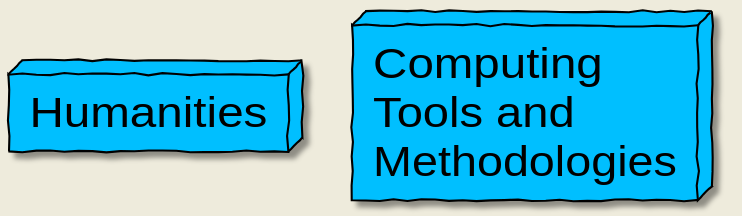
Above: hum-cs-interface-test.svg in DigitalHistory/dhu235 (PlantUML), before the change. The source it was exported from:
```plantuml
@startuml
skinparam ArrowColor red
skinparam backgroundColor #EEEBDC
skinparam handwritten true
skinparam defaultFontSize 30
skinparam sequenceArrowThickness 20
skinparam defaultArrowThickness 20


skinparam sequence {
ArrowColor Magenta
ActorBorderColor DeepSkyBlue
LifeLineBorderColor blue
LifeLineBackgroundColor #A9DCDF
ParticipantBorderColor DeepSkyBlue
ParticipantBackgroundColor DodgerBlue
ParticipantFontName Impact
ParticipantFontSize 25
ParticipantFontColor #A9DCDF
ActorBackgroundColor aqua
ActorFontColor DeepSkyBlue
ActorFontSize 17
ActorFontName Aapex
}


node "Humanities" as H #DeepSkyBlue
node "Computing\n Tools and\n Methodologies" as N #DeepSkyBlue


@enduml
```
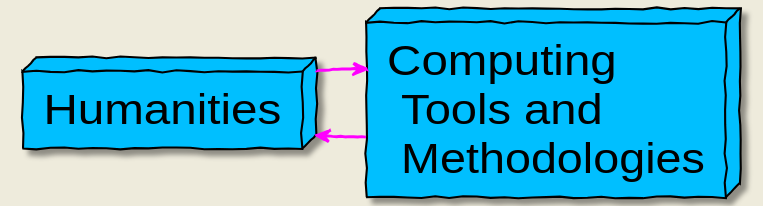
The same file after the commit.

Change to the diagram source:
```diff
@@ -27,5 +27,7 @@
 node "Humanities" as H #DeepSkyBlue
 node "Computing\n Tools and\n Methodologies" as N #DeepSkyBlue
 
+N =l=> H
+H =r=> N
 
 @enduml
```
